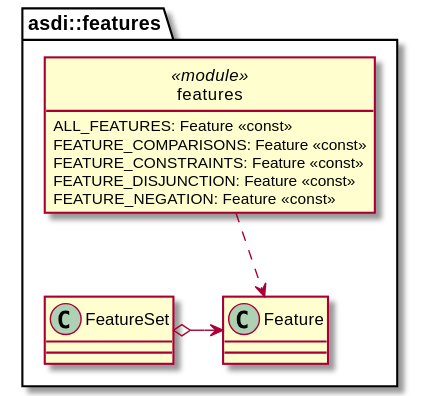
Above: book/src/model/features.svg in johnstonskj/rust-asdi (PlantUML), before the change.
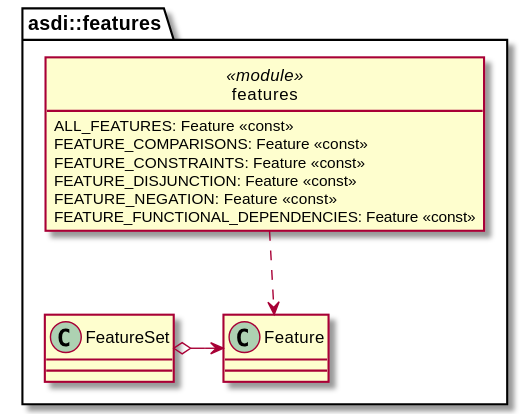
After the commit.

Diff of the diagram source:
```diff
@@ -14,6 +14,7 @@
         FEATURE_CONSTRAINTS: Feature <<const>>
         FEATURE_DISJUNCTION: Feature <<const>>
         FEATURE_NEGATION: Feature <<const>>
+        FEATURE_FUNCTIONAL_DEPENDENCIES: Feature <<const>>
     }
     show features fields
     hide features methods
```
